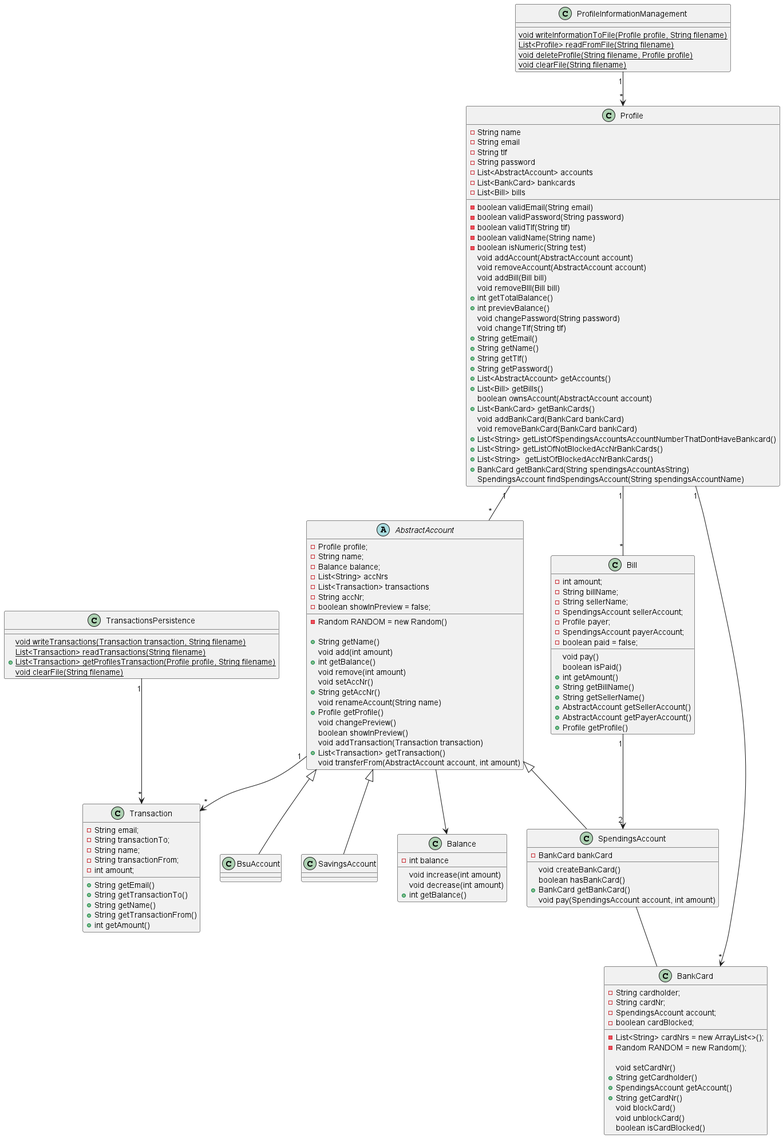
Above: out/docs/Release 3/klassediagram/klassediagram.png in Nathaniavm/ITP (PlantUML), before the change. The source it was exported from:
```plantuml
@startuml
class Profile {
    -String name
    -String email
    -String tlf
    -String password
    -List<AbstractAccount> accounts
    -List<BankCard> bankcards
    -List<Bill> bills

    -boolean validEmail(String email)
    -boolean validPassword(String password)
    -boolean validTlf(String tlf)
    -boolean validName(String name)
    -boolean isNumeric(String test)
    void addAccount(AbstractAccount account)
    void removeAccount(AbstractAccount account)
    void addBill(Bill bill)
    void removeBIll(Bill bill)
    +int getTotalBalance()
    +int previevBalance()
    void changePassword(String password)
    void changeTlf(String tlf)
    +String getEmail()
    +String getName()
    +String getTlf()
    +String getPassword()
    +List<AbstractAccount> getAccounts()
    +List<Bill> getBills()
    boolean ownsAccount(AbstractAccount account)
    +List<BankCard> getBankCards()
    void addBankCard(BankCard bankCard)
    void removeBankCard(BankCard bankCard)
    +List<String> getListOfSpendingsAccountsAccountNumberThatDontHaveBankcard()
    +List<String> getListOfNotBlockedAccNrBankCards()
    +List<String>  getListOfBlockedAccNrBankCards()
    +BankCard getBankCard(String spendingsAccountAsString)
    SpendingsAccount findSpendingsAccount(String spendingsAccountName)
}

abstract class AbstractAccount {
    -Profile profile;
    -String name;
    -Balance balance;
    -List<String> accNrs
    -List<Transaction> transactions
    -String accNr;
    -boolean showInPreview = false;
    -Random RANDOM = new Random()

    +String getName()
    void add(int amount)
    +int getBalance()
    void remove(int amount)
    void setAccNr()
    +String getAccNr()
    void renameAccount(String name)
    +Profile getProfile()
    void changePreview()
    boolean showInPreview()
    void addTransaction(Transaction transaction)
    +List<Transaction> getTransaction()
    void transferFrom(AbstractAccount account, int amount)
}

class BsuAccount
class SavingsAccount

class SpendingsAccount {
    -BankCard bankCard

    void createBankCard()
    boolean hasBankCard()
    +BankCard getBankCard()
    void pay(SpendingsAccount account, int amount)
}

class Balance {
    -int balance

    void increase(int amount)
    void decrease(int amount)
    +int getBalance()
}

class BankCard {
    -String cardholder;
    -List<String> cardNrs = new ArrayList<>();
    -String cardNr;
    -SpendingsAccount account;
    -boolean cardBlocked;
    -Random RANDOM = new Random();

    void setCardNr()
    +String getCardholder()
    +SpendingsAccount getAccount()
    +String getCardNr()
    void blockCard()
    void unblockCard()
    boolean isCardBlocked()
}

class Bill {
    -int amount;
    -String billName;
    -String sellerName;
    -SpendingsAccount sellerAccount;
    -Profile payer;
    -SpendingsAccount payerAccount;
    -boolean paid = false;

    void pay()
    boolean isPaid()
    +int getAmount()
    +String getBillName()
    +String getSellerName()
    +AbstractAccount getSellerAccount()
    +AbstractAccount getPayerAccount()
    +Profile getProfile()
}

class Transaction {
    -String email;
    -String transactionTo;
    -String name;
    -String transactionFrom;
    -int amount;

    +String getEmail()
    +String getTransactionTo()
    +String getName()
    +String getTransactionFrom()
    +int getAmount()
}

class ProfileInformationManagement{
    {static}void writeInformationToFile(Profile profile, String filename)
    {static}List<Profile> readFromFile(String filename)
    {static}void deleteProfile(String filename, Profile profile)
   {static} void clearFile(String filename)
}

class TransactionsPersistence{
    {static}void writeTransactions(Transaction transaction, String filename)
    {static}List<Transaction> readTransactions(String filename)
    +{static}List<Transaction> getProfilesTransaction(Profile profile, String filename)
    {static}void clearFile(String filename)
}


Profile "1" -- "*" AbstractAccount
AbstractAccount <|-- BsuAccount
AbstractAccount <|-- SpendingsAccount
AbstractAccount <|-- SavingsAccount
AbstractAccount "1" --> "*" Transaction
AbstractAccount --> Balance
SpendingsAccount -- BankCard
Profile "1" --> "*" BankCard
Profile "1" -- "*" Bill
Bill "1" --> "2" SpendingsAccount

TransactionsPersistence "1" --> "*" Transaction
ProfileInformationManagement "1" --> "*" Profile

@enduml
```
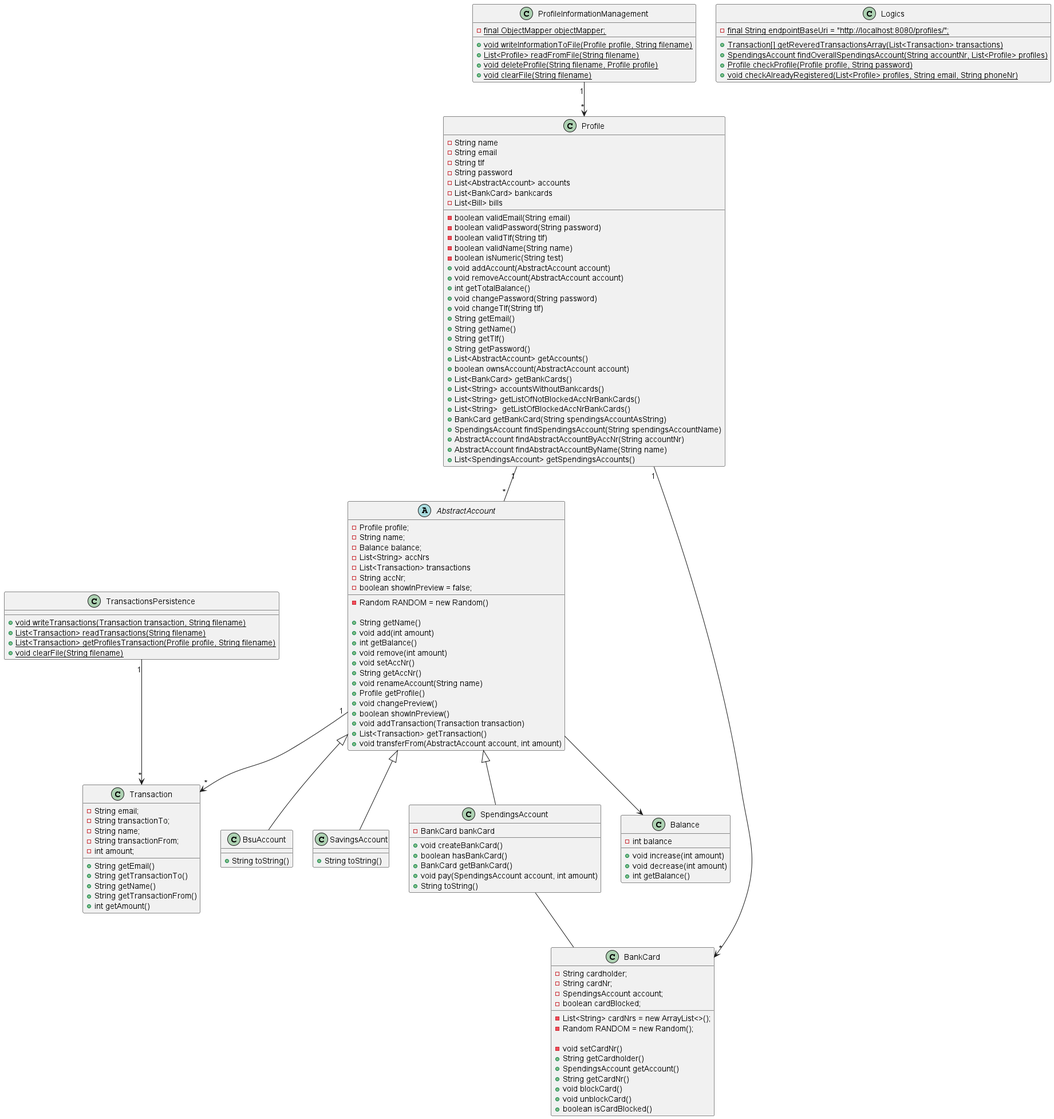
The same file after the commit.

Commit message:
skrev ferdig klassediagrammet

Diff of the diagram source:
```diff
@@ -13,29 +13,26 @@
     -boolean validTlf(String tlf)
     -boolean validName(String name)
     -boolean isNumeric(String test)
-    void addAccount(AbstractAccount account)
-    void removeAccount(AbstractAccount account)
-    void addBill(Bill bill)
-    void removeBIll(Bill bill)
+    +void addAccount(AbstractAccount account)
+    +void removeAccount(AbstractAccount account)
     +int getTotalBalance()
-    +int previevBalance()
-    void changePassword(String password)
-    void changeTlf(String tlf)
+    +void changePassword(String password)
+    +void changeTlf(String tlf)
     +String getEmail()
     +String getName()
     +String getTlf()
     +String getPassword()
     +List<AbstractAccount> getAccounts()
-    +List<Bill> getBills()
-    boolean ownsAccount(AbstractAccount account)
+    +boolean ownsAccount(AbstractAccount account)
     +List<BankCard> getBankCards()
-    void addBankCard(BankCard bankCard)
-    void removeBankCard(BankCard bankCard)
-    +List<String> getListOfSpendingsAccountsAccountNumberThatDontHaveBankcard()
+    +List<String> accountsWithoutBankcards()
     +List<String> getListOfNotBlockedAccNrBankCards()
     +List<String>  getListOfBlockedAccNrBankCards()
     +BankCard getBankCard(String spendingsAccountAsString)
-    SpendingsAccount findSpendingsAccount(String spendingsAccountName)
+    +SpendingsAccount findSpendingsAccount(String spendingsAccountName)
+    +AbstractAccount findAbstractAccountByAccNr(String accountNr)
+    +AbstractAccount findAbstractAccountByName(String name)
+    +List<SpendingsAccount> getSpendingsAccounts()
 }
 
 abstract class AbstractAccount {
@@ -49,37 +46,43 @@
     -Random RANDOM = new Random()
 
     +String getName()
-    void add(int amount)
+    +void add(int amount)
     +int getBalance()
-    void remove(int amount)
-    void setAccNr()
+    +void remove(int amount)
+    +void setAccNr()
     +String getAccNr()
-    void renameAccount(String name)
+    +void renameAccount(String name)
     +Profile getProfile()
-    void changePreview()
-    boolean showInPreview()
-    void addTransaction(Transaction transaction)
+    +void changePreview()
+    +boolean showInPreview()
+    +void addTransaction(Transaction transaction)
     +List<Transaction> getTransaction()
-    void transferFrom(AbstractAccount account, int amount)
+    +void transferFrom(AbstractAccount account, int amount)
 }
 
-class BsuAccount
-class SavingsAccount
+class BsuAccount {
+    +String toString()
+}
+
+class SavingsAccount {
+    +String toString()
+}
 
 class SpendingsAccount {
     -BankCard bankCard
 
-    void createBankCard()
-    boolean hasBankCard()
+    +void createBankCard()
+    +boolean hasBankCard()
     +BankCard getBankCard()
-    void pay(SpendingsAccount account, int amount)
+    +void pay(SpendingsAccount account, int amount)
+    +String toString()
 }
 
 class Balance {
     -int balance
 
-    void increase(int amount)
-    void decrease(int amount)
+    +void increase(int amount)
+    +void decrease(int amount)
     +int getBalance()
 }
 
@@ -91,33 +94,15 @@
     -boolean cardBlocked;
     -Random RANDOM = new Random();
 
-    void setCardNr()
+    -void setCardNr()
     +String getCardholder()
     +SpendingsAccount getAccount()
     +String getCardNr()
-    void blockCard()
-    void unblockCard()
-    boolean isCardBlocked()
+    +void blockCard()
+    +void unblockCard()
+    +boolean isCardBlocked()
 }
 
-class Bill {
-    -int amount;
-    -String billName;
-    -String sellerName;
-    -SpendingsAccount sellerAccount;
-    -Profile payer;
-    -SpendingsAccount payerAccount;
-    -boolean paid = false;
-
-    void pay()
-    boolean isPaid()
-    +int getAmount()
-    +String getBillName()
-    +String getSellerName()
-    +AbstractAccount getSellerAccount()
-    +AbstractAccount getPayerAccount()
-    +Profile getProfile()
-}
 
 class Transaction {
     -String email;
@@ -134,17 +119,27 @@
 }
 
 class ProfileInformationManagement{
-    {static}void writeInformationToFile(Profile profile, String filename)
-    {static}List<Profile> readFromFile(String filename)
-    {static}void deleteProfile(String filename, Profile profile)
-   {static} void clearFile(String filename)
+    -{static} final ObjectMapper objectMapper;
+    +{static}void writeInformationToFile(Profile profile, String filename)
+    +{static}List<Profile> readFromFile(String filename)
+    +{static}void deleteProfile(String filename, Profile profile)
+    +{static} void clearFile(String filename)
 }
 
 class TransactionsPersistence{
-    {static}void writeTransactions(Transaction transaction, String filename)
-    {static}List<Transaction> readTransactions(String filename)
+    +{static}void writeTransactions(Transaction transaction, String filename)
+    +{static}List<Transaction> readTransactions(String filename)
     +{static}List<Transaction> getProfilesTransaction(Profile profile, String filename)
-    {static}void clearFile(String filename)
+    +{static}void clearFile(String filename)
+}
+
+class Logics {
+    -{static} final String endpointBaseUri = "http://localhost:8080/profiles/";
+
+    +{static} Transaction[] getReveredTransactionsArray(List<Transaction> transactions)
+    +{static} SpendingsAccount findOverallSpendingsAccount(String accountNr, List<Profile> profiles)
+    +{static} Profile checkProfile(Profile profile, String password)
+    +{static} void checkAlreadyRegistered(List<Profile> profiles, String email, String phoneNr)
 }
 
 
@@ -156,8 +151,7 @@
 AbstractAccount --> Balance
 SpendingsAccount -- BankCard
 Profile "1" --> "*" BankCard
-Profile "1" -- "*" Bill
-Bill "1" --> "2" SpendingsAccount
+
 
 TransactionsPersistence "1" --> "*" Transaction
 ProfileInformationManagement "1" --> "*" Profile
```
